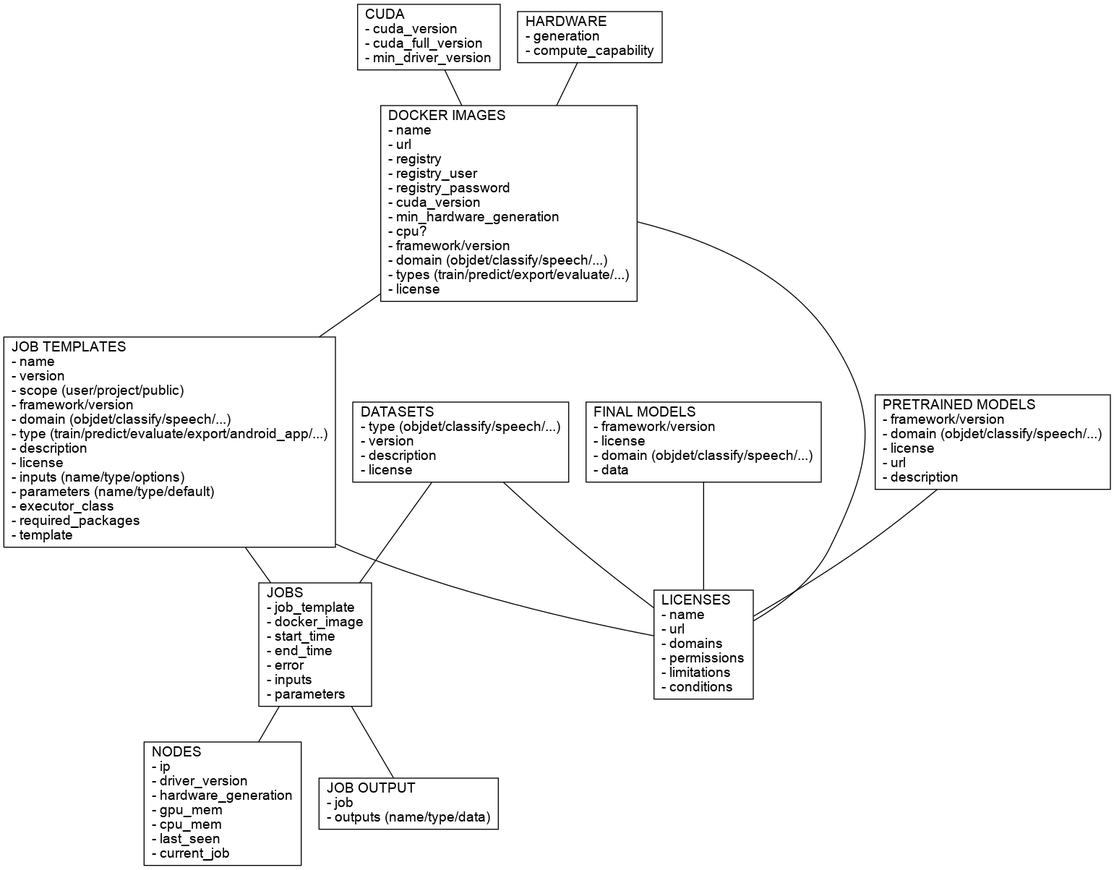
The Graphviz diagram img/api.png in waikato-ufdl/ufdl-api, before a commit. Its source is kept beside it as img/api.dot.
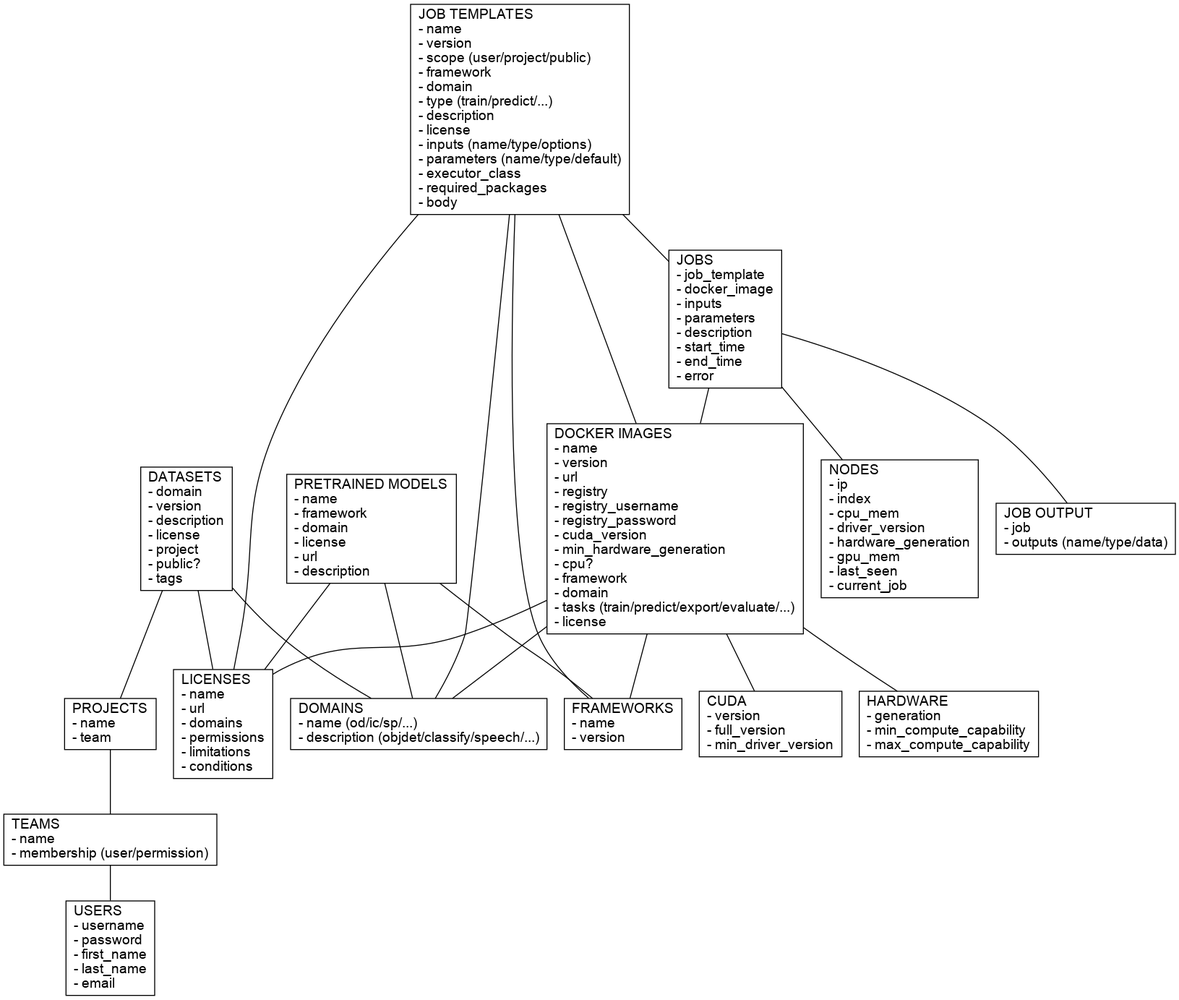
After the commit.

What changed in the source:
```diff
@@ -2,28 +2,43 @@
 
   node [shape=record fontname=Arial];
 
-  cuda [label = "CUDA\l- cuda_version\l- cuda_full_version\l- min_driver_version"];
-  hardware [label = "HARDWARE\l- generation\l- compute_capability"];
+  users [label = "USERS\l- username\l- password\l- first_name\l- last_name\l- email\l"];
+  teams [label = "TEAMS\l- name\l- membership (user/permission)\l"];
+  projects [label = "PROJECTS\l- name\l- team\l"];
   licenses [label = "LICENSES\l- name\l- url\l- domains\l- permissions\l- limitations\l- conditions\l"];
-  datasets [label = "DATASETS\l- type (objdet/classify/speech/...)\l- version\l- description\l- license\l"];
-  pretrained_models [label = "PRETRAINED MODELS\l- framework/version\l- domain (objdet/classify/speech/...)\l- license\l- url\l- description\l"];
-  final_models [label = "FINAL MODELS\l- framework/version\l- license\l- domain (objdet/classify/speech/...)\l- data\l"];
-  nodes [label = "NODES\l- ip\l- driver_version\l- hardware_generation\l- gpu_mem\l- cpu_mem\l- last_seen\l- current_job\l"];
-  jobs [label = "JOBS\l- job_template\l- docker_image\l- start_time\l- end_time\l- error\l- inputs\l- parameters\l"];
-  job_templates [label = "JOB TEMPLATES\l- name\l- version\l- scope (user/project/public)\l- framework/version\l- domain (objdet/classify/speech/...)\l- type (train/predict/evaluate/export/android_app/...)\l- description\l- license\l- inputs (name/type/options)\l- parameters (name/type/default)\l- executor_class\l- required_packages\l- template\l"];
+  domains [label = "DOMAINS\l- name (od/ic/sp/...)\l- description (objdet/classify/speech/...)\l"];
+
+  cuda [label = "CUDA\l- version\l- full_version\l- min_driver_version"];
+  docker_images [label = "DOCKER IMAGES\l- name\l- version\l- url\l- registry\l- registry_username\l- registry_password\l- cuda_version\l- min_hardware_generation\l- cpu?\l- framework\l- domain\l- tasks (train/predict/export/evaluate/...)\l- license\l"];
+  frameworks [label = "FRAMEWORKS\l- name\l- version\l"];
+  hardware [label = "HARDWARE\l- generation\l- min_compute_capability\l- max_compute_capability\l"];
+  nodes [label = "NODES\l- ip\l- index\l- cpu_mem\l- driver_version\l- hardware_generation\l- gpu_mem\l- last_seen\l- current_job\l"];
+
+  datasets [label = "DATASETS\l- domain\l- version\l- description\l- license\l- project\l- public?\l- tags\l"];
+  pretrained_models [label = "PRETRAINED MODELS\l- name\l- framework\l- domain\l- license\l- url\l- description\l"];
+  job_templates [label = "JOB TEMPLATES\l- name\l- version\l- scope (user/project/public)\l- framework\l- domain\l- type (train/predict/...)\l- description\l- license\l- inputs (name/type/options)\l- parameters (name/type/default)\l- executor_class\l- required_packages\l- body\l"];
+  jobs [label = "JOBS\l- job_template\l- docker_image\l- inputs\l- parameters\l- description\l- start_time\l- end_time\l- error\l"];
   job_output [label = "JOB OUTPUT\l- job\l- outputs (name/type/data)\l"];
-  docker_images [label = "DOCKER IMAGES\l- name\l- url\l- registry\l- registry_user\l- registry_password\l- cuda_version\l- min_hardware_generation\l- cpu?\l- framework/version\l- domain (objdet/classify/speech/...)\l- types (train/predict/export/evaluate/...)\l- license\l"];
 
-  cuda -- docker_images;
-  hardware -- docker_images;
+  teams -- users;
+  projects -- teams;
   datasets -- licenses;
-  datasets -- jobs;
+  datasets -- projects;
+  datasets -- domains;
+  pretrained_models -- frameworks;
   pretrained_models -- licenses;
-  final_models -- licenses;
+  pretrained_models -- domains;
+  docker_images -- cuda;
+  docker_images -- hardware;
+  docker_images -- frameworks;
+  docker_images -- licenses;
+  docker_images -- domains;
   job_templates -- jobs;
   job_templates -- licenses;
+  job_templates -- frameworks;
+  job_templates -- docker_images;
+  job_templates -- domains;
   jobs -- job_output;
   jobs -- nodes;
-  docker_images -- job_templates;
-  docker_images -- licenses;
+  jobs -- docker_images;
 }
```
